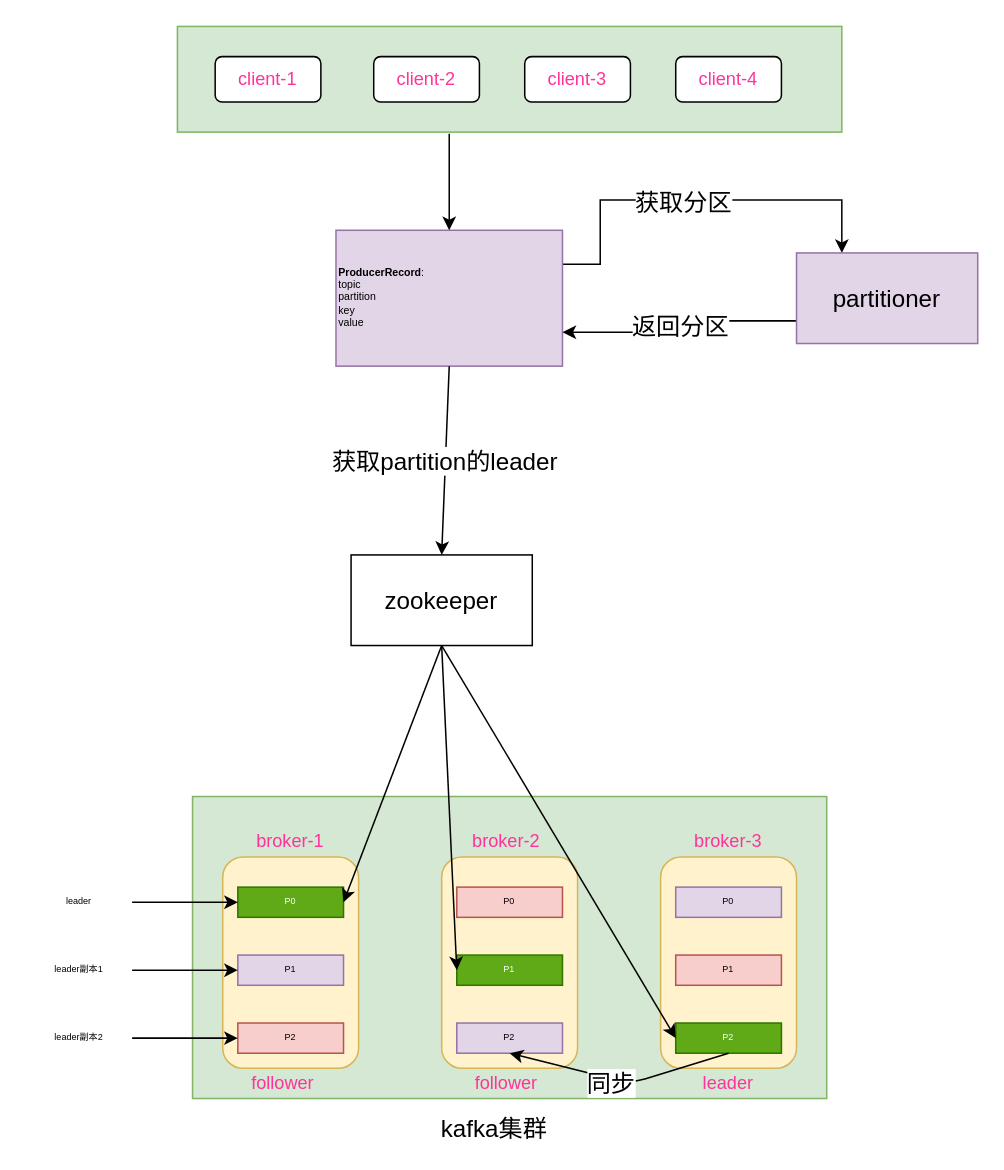
The draw.io diagram src/main/resources/picture/kafka/kafka.drawio in zilanghuo/project-summary, before the edit. Source tidied: cells renumbered, new cells numbered last; positions are measured from the earlier drawing's top-left corner, leaving out a move shared by most shapes. Both pictures are drawn from the tidied source at 151%, with x=0, y=0 at pixel (26, 26).
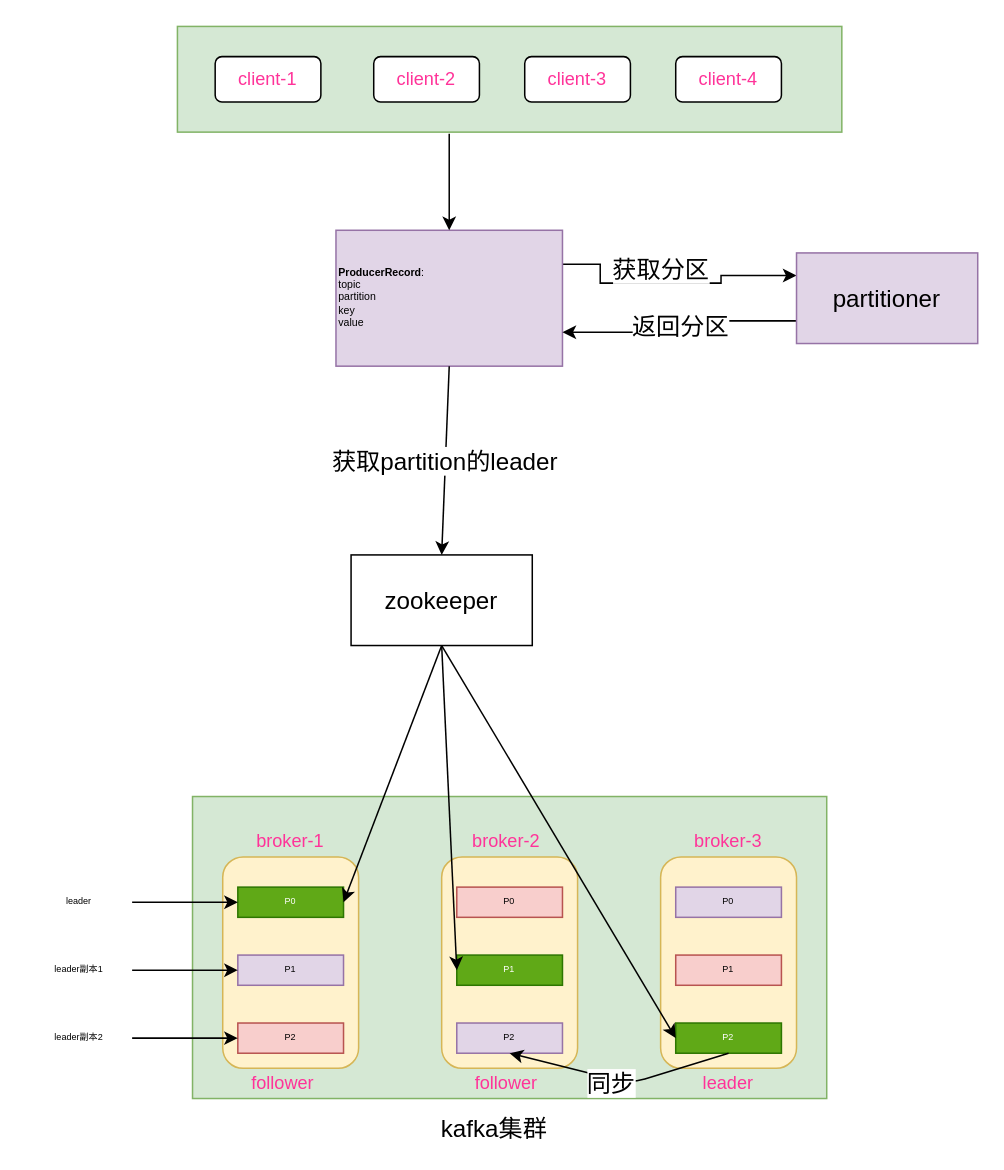
The same diagram, later.

The change refers to these unchanged cells:
```xml
<mxCell id="17" value="&lt;div style=&quot;text-align: left ; font-size: 7px&quot;&gt;&lt;font style=&quot;font-size: 7px&quot;&gt;&lt;b&gt;ProducerRecord&lt;/b&gt;:&lt;/font&gt;&lt;/div&gt;&lt;div style=&quot;text-align: left ; font-size: 7px&quot;&gt;&lt;font style=&quot;font-size: 7px&quot;&gt;topic&lt;/font&gt;&lt;/div&gt;&lt;div style=&quot;text-align: left ; font-size: 7px&quot;&gt;&lt;font style=&quot;font-size: 7px&quot;&gt;partition&lt;/font&gt;&lt;/div&gt;&lt;div style=&quot;text-align: left ; font-size: 7px&quot;&gt;&lt;font style=&quot;font-size: 7px&quot;&gt;key&lt;/font&gt;&lt;/div&gt;&lt;div style=&quot;text-align: left ; font-size: 7px&quot;&gt;&lt;font style=&quot;font-size: 7px&quot;&gt;value&lt;/font&gt;&lt;/div&gt;" style="rounded=0;whiteSpace=wrap;html=1;align=left;fontSize=6;fillColor=#e1d5e7;strokeColor=#9673a6;" parent="1" vertex="1">
  <mxGeometry x="205" y="135" width="150" height="90" as="geometry" />
</mxCell>
<mxCell id="38" value="&lt;span&gt;partitioner&lt;/span&gt;" style="rounded=0;whiteSpace=wrap;html=1;fontSize=16;align=center;fillColor=#e1d5e7;strokeColor=#9673a6;" parent="1" vertex="1">
  <mxGeometry x="510" y="150" width="120" height="60" as="geometry" />
</mxCell>
```

The edit, as a diff of the source:
```diff
@@
-    <mxCell id="15" style="edgeStyle=orthogonalEdgeStyle;rounded=0;jettySize=auto;html=1;exitX=1;exitY=0.25;exitDx=0;exitDy=0;fontSize=16;fontColor=#000000;entryX=0.25;entryY=0;entryDx=0;entryDy=0;" parent="1" edge="1" source="17" target="38">
+    <mxCell id="15" style="edgeStyle=orthogonalEdgeStyle;rounded=0;jettySize=auto;html=1;exitX=1;exitY=0.25;exitDx=0;exitDy=0;fontSize=16;fontColor=#000000;entryX=0;entryY=0.25;entryDx=0;entryDy=0;" parent="1" edge="1" source="17" target="38">
       <mxGeometry relative="1" as="geometry">
         <Array as="points">
           <mxPoint x="380" y="158" />
-          <mxPoint x="380" y="115" />
-          <mxPoint x="540" y="115" />
+          <mxPoint x="380" y="170" />
+          <mxPoint x="460" y="170" />
+          <mxPoint x="460" y="165" />
         </Array>
       </mxGeometry>
     </mxCell>
     <mxCell id="16" value="获取分区" style="text;html=1;align=center;verticalAlign=middle;labelBackgroundColor=#ffffff;fontSize=16;fontColor=#000000;" parent="15" vertex="1">
-      <mxGeometry x="-0.07" y="-1" relative="1" as="geometry" />
+      <mxGeometry x="-0.07" y="-1" relative="1" as="geometry">
+        <mxPoint x="-3.5" y="-11" as="offset" />
+      </mxGeometry>
     </mxCell>
```
